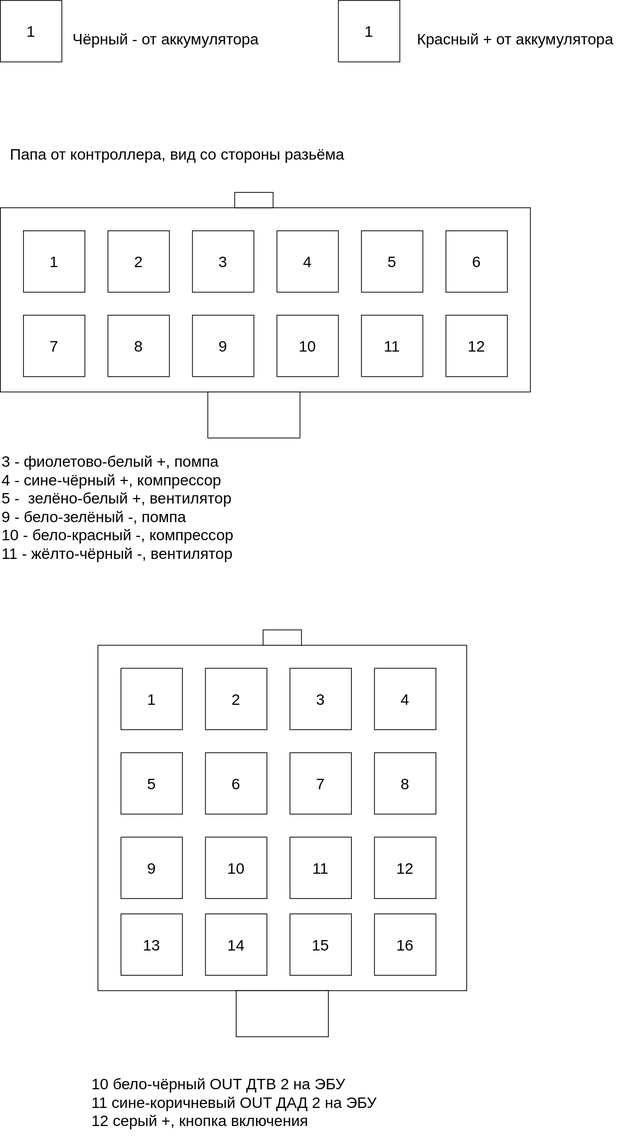
Earlier version of the draw.io export connector_scheme.drawio.svg (kak-tus/compressor). Source tidied: cells renumbered, new cells last; positions are measured from the earlier drawing's top-left corner, leaving out a move shared by most shapes.
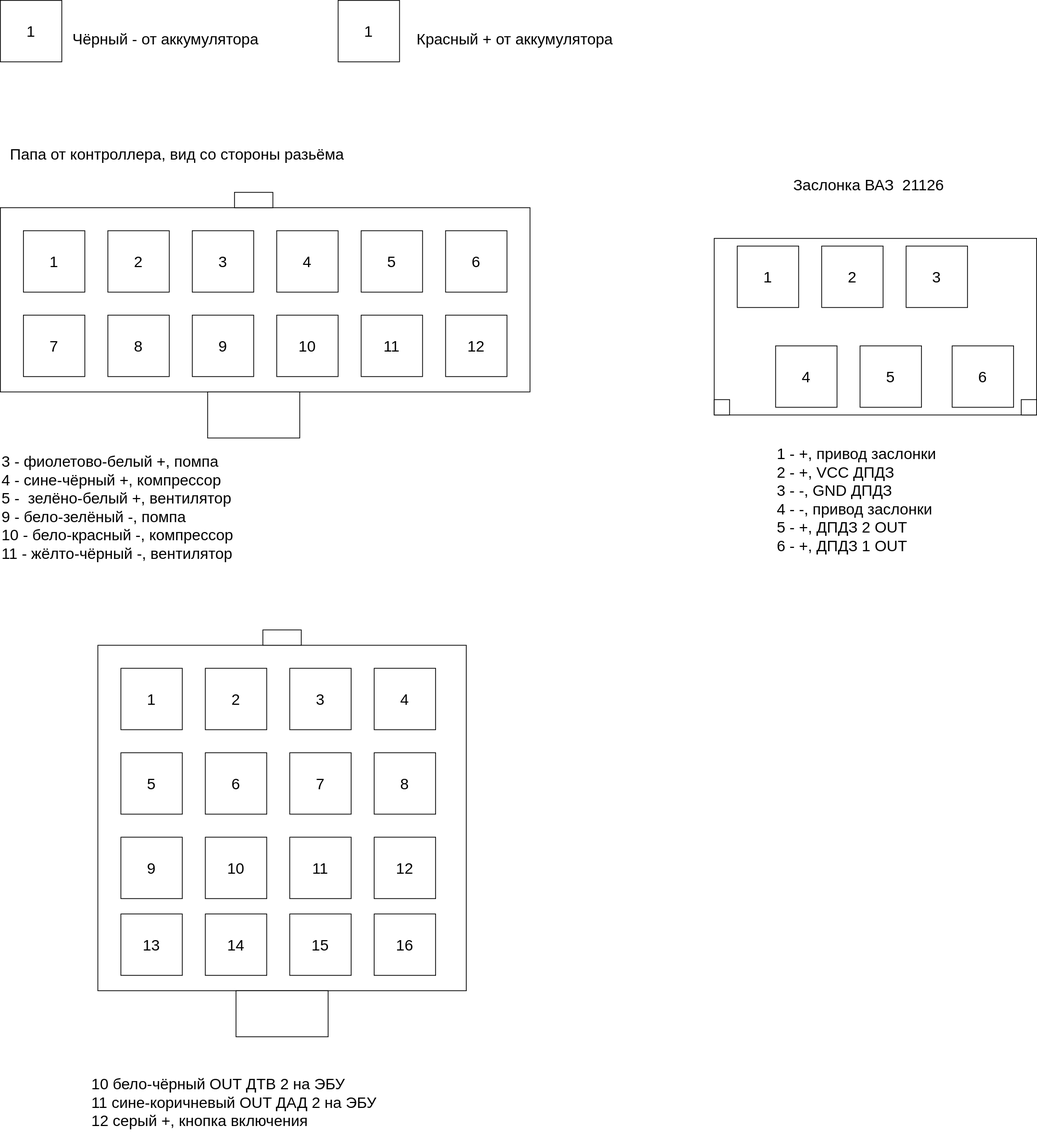
Above is the later version.

Commit message:
Throttle connector.

What changed in the source:
```diff
@@ -2,6 +2,9 @@
   <root>
     <mxCell id="0" />
     <mxCell id="1" parent="0" />
+    <mxCell id="43" style="rounded=0;whiteSpace=wrap;html=1;" parent="1" vertex="1">
+      <mxGeometry x="930" y="310" width="420" height="230" as="geometry" />
+    </mxCell>
     <mxCell id="2" style="rounded=0;whiteSpace=wrap;html=1;fontSize=20;" parent="1" vertex="1">
       <mxGeometry y="270" width="690" height="240" as="geometry" />
     </mxCell>
@@ -125,5 +128,35 @@
     <mxCell id="42" value="10 бело-чёрный OUT ДТВ 2 на ЭБУ&lt;br&gt;&lt;div style=&quot;&quot;&gt;&lt;span style=&quot;background-color: initial;&quot;&gt;11 сине-коричневый OUT ДАД 2 на ЭБУ&lt;/span&gt;&lt;/div&gt;&lt;div style=&quot;&quot;&gt;&lt;span style=&quot;background-color: initial;&quot;&gt;12 серый +, кнопка включения&lt;/span&gt;&lt;/div&gt;" style="text;html=1;align=left;verticalAlign=middle;strokeColor=none;fillColor=none;fontSize=20;fontFamily=Helvetica;fontColor=default;" parent="1" vertex="1">
       <mxGeometry x="117" y="1390" width="390" height="90" as="geometry" />
     </mxCell>
+    <mxCell id="44" value="4" style="whiteSpace=wrap;html=1;fontSize=20;" parent="1" vertex="1">
+      <mxGeometry x="1010" y="450" width="80" height="80" as="geometry" />
+    </mxCell>
+    <mxCell id="45" value="1" style="whiteSpace=wrap;html=1;fontSize=20;" parent="1" vertex="1">
+      <mxGeometry x="960" y="320" width="80" height="80" as="geometry" />
+    </mxCell>
+    <mxCell id="46" value="2" style="whiteSpace=wrap;html=1;fontSize=20;" parent="1" vertex="1">
+      <mxGeometry x="1070" y="320" width="80" height="80" as="geometry" />
+    </mxCell>
+    <mxCell id="47" value="3" style="whiteSpace=wrap;html=1;fontSize=20;" parent="1" vertex="1">
+      <mxGeometry x="1180" y="320" width="80" height="80" as="geometry" />
+    </mxCell>
+    <mxCell id="48" value="5" style="whiteSpace=wrap;html=1;fontSize=20;" parent="1" vertex="1">
+      <mxGeometry x="1120" y="450" width="80" height="80" as="geometry" />
+    </mxCell>
+    <mxCell id="49" value="6" style="whiteSpace=wrap;html=1;fontSize=20;" parent="1" vertex="1">
+      <mxGeometry x="1240" y="450" width="80" height="80" as="geometry" />
+    </mxCell>
+    <mxCell id="50" value="1 - +, привод заслонки&lt;br&gt;2 - +, VCC ДПДЗ&lt;br&gt;3 - -, GND ДПДЗ&lt;br&gt;4 - -, привод заслонки&lt;br&gt;5 - +, ДПДЗ 2 OUT&lt;br&gt;6 - +, ДПДЗ 1 OUT" style="text;html=1;align=left;verticalAlign=middle;strokeColor=none;fillColor=none;fontSize=20;" parent="1" vertex="1">
+      <mxGeometry x="1010" y="570" width="230" height="160" as="geometry" />
+    </mxCell>
+    <mxCell id="51" value="&lt;font style=&quot;font-size: 20px;&quot;&gt;Заслонка&amp;nbsp;ВАЗ&amp;nbsp;&amp;nbsp;21126&lt;/font&gt;" style="text;html=1;align=center;verticalAlign=middle;strokeColor=none;fillColor=none;" parent="1" vertex="1">
+      <mxGeometry x="1021" y="220" width="220" height="40" as="geometry" />
+    </mxCell>
+    <mxCell id="52" style="whiteSpace=wrap;html=1;fontSize=20;" parent="1" vertex="1">
+      <mxGeometry x="1330" y="520" width="20" height="20" as="geometry" />
+    </mxCell>
+    <mxCell id="53" style="whiteSpace=wrap;html=1;fontSize=20;" parent="1" vertex="1">
+      <mxGeometry x="930" y="520" width="20" height="20" as="geometry" />
+    </mxCell>
   </root>
 </mxGraphModel>
```
